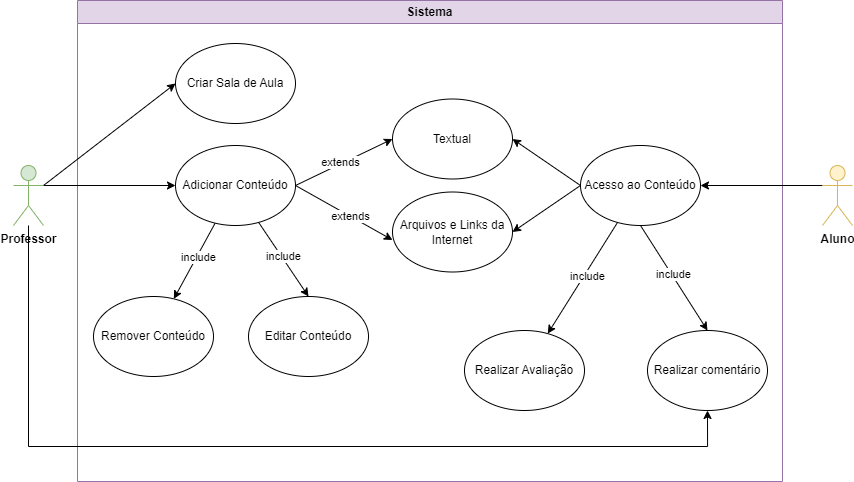
Above: diagramas/casos-de-uso/user-case.drawio.png in Alicia-Miranda/MasterClass (draw.io), before the change. Source tidied: cells renumbered, new cells last; positions are measured from the earlier drawing's top-left corner, leaving out a move shared by most shapes.
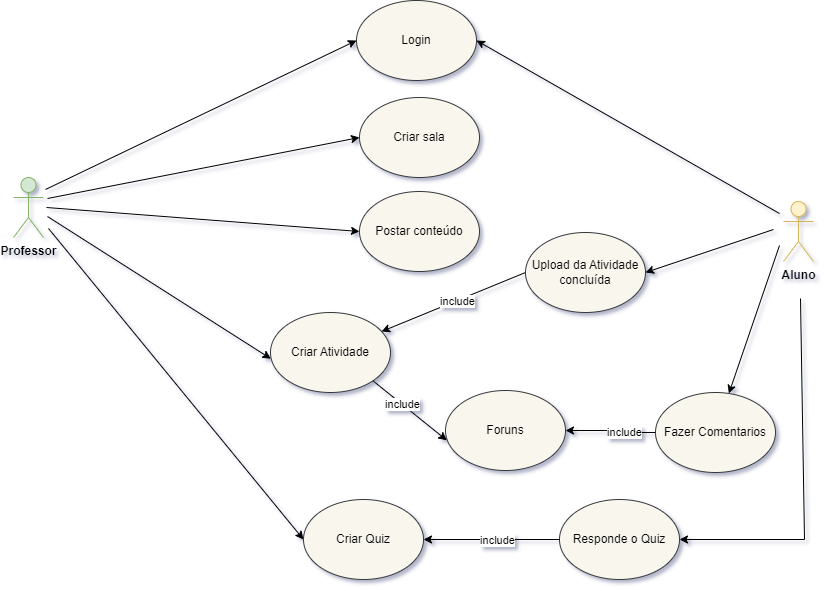
Above is the later version.

Commit message:
atualizações dos diagramas

Diff of the diagram source:
```diff
@@ -1,103 +1,111 @@
-<mxGraphModel>
+<mxGraphModel shadow="1">
   <root>
     <mxCell id="0" />
     <mxCell id="1" parent="0" />
-    <mxCell id="2" value="Sistema" style="swimlane;whiteSpace=wrap;html=1;fillColor=#e1d5e7;strokeColor=#9673a6;" parent="1" vertex="1">
-      <mxGeometry x="64" width="705" height="481" as="geometry" />
+    <mxCell id="2" style="rounded=0;jettySize=auto;html=1;entryX=0;entryY=0.5;entryDx=0;entryDy=0;textShadow=0;" parent="1" edge="1" target="9">
+      <mxGeometry relative="1" as="geometry">
+        <mxPoint x="7" y="137" as="sourcePoint" />
+      </mxGeometry>
     </mxCell>
-    <mxCell id="3" value="Remover Conteúdo" style="ellipse;whiteSpace=wrap;html=1;" parent="2" vertex="1">
-      <mxGeometry x="16" y="296" width="120" height="80" as="geometry" />
+    <mxCell id="3" style="rounded=0;jettySize=auto;html=1;entryX=0;entryY=0.5;entryDx=0;entryDy=0;textShadow=0;" parent="1" edge="1" target="10">
+      <mxGeometry relative="1" as="geometry">
+        <mxPoint x="9" y="146" as="sourcePoint" />
+      </mxGeometry>
     </mxCell>
-    <mxCell id="4" value="Editar Conteúdo" style="ellipse;whiteSpace=wrap;html=1;" parent="2" vertex="1">
-      <mxGeometry x="171" y="296" width="120" height="80" as="geometry" />
+    <mxCell id="4" style="rounded=0;jettySize=auto;html=1;entryX=0;entryY=0.5;entryDx=0;entryDy=0;textShadow=0;" parent="1" edge="1" target="11">
+      <mxGeometry relative="1" as="geometry">
+        <mxPoint x="8" y="155" as="sourcePoint" />
+      </mxGeometry>
     </mxCell>
-    <mxCell id="5" style="rounded=0;jettySize=auto;html=1;entryX=0;entryY=0.5;entryDx=0;entryDy=0;exitX=1;exitY=0.3333333333333333;exitDx=0;exitDy=0;exitPerimeter=0;" parent="1" edge="1" source="8" target="9">
-      <mxGeometry relative="1" as="geometry" />
+    <mxCell id="5" style="rounded=0;jettySize=auto;html=1;entryX=0;entryY=0.5;entryDx=0;entryDy=0;textShadow=0;" parent="1" edge="1" target="17">
+      <mxGeometry relative="1" as="geometry">
+        <mxPoint x="10" y="176" as="sourcePoint" />
+      </mxGeometry>
     </mxCell>
-    <mxCell id="6" style="rounded=0;jettySize=auto;html=1;entryX=0;entryY=0.5;entryDx=0;entryDy=0;exitX=1;exitY=0.3333333333333333;exitDx=0;exitDy=0;exitPerimeter=0;" parent="1" edge="1" source="8" target="16">
-      <mxGeometry relative="1" as="geometry" />
+    <mxCell id="6" value="&lt;b&gt;Professor&lt;/b&gt;" style="shape=umlActor;verticalLabelPosition=bottom;verticalAlign=top;html=1;fillColor=#d5e8d4;strokeColor=#82b366;textShadow=0;" parent="1" vertex="1">
+      <mxGeometry x="-25" y="125" width="30" height="60" as="geometry" />
     </mxCell>
-    <mxCell id="7" style="edgeStyle=orthogonalEdgeStyle;rounded=0;jettySize=auto;html=1;entryX=0.5;entryY=1;entryDx=0;entryDy=0;" parent="1" edge="1" source="8" target="30">
+    <mxCell id="7" style="rounded=0;jettySize=auto;html=1;entryX=1;entryY=0.5;entryDx=0;entryDy=0;textShadow=0;" parent="1" edge="1" target="9">
       <mxGeometry relative="1" as="geometry">
-        <Array as="points">
-          <mxPoint x="15" y="446" />
-          <mxPoint x="694" y="446" />
-        </Array>
+        <mxPoint x="741" y="161" as="sourcePoint" />
       </mxGeometry>
     </mxCell>
-    <mxCell id="8" value="&lt;b&gt;Professor&lt;/b&gt;" style="shape=umlActor;verticalLabelPosition=bottom;verticalAlign=top;html=1;fillColor=#d5e8d4;strokeColor=#82b366;" parent="1" vertex="1">
-      <mxGeometry y="165" width="30" height="60" as="geometry" />
+    <mxCell id="8" value="&lt;b&gt;Aluno&lt;/b&gt;" style="shape=umlActor;verticalLabelPosition=bottom;verticalAlign=top;html=1;fillColor=#fff2cc;strokeColor=#d6b656;textShadow=0;" parent="1" vertex="1">
+      <mxGeometry x="745" y="149" width="30" height="60" as="geometry" />
     </mxCell>
-    <mxCell id="9" value="Criar Sala de Aula" style="ellipse;whiteSpace=wrap;html=1;" parent="1" vertex="1">
-      <mxGeometry x="162" y="43" width="120" height="80" as="geometry" />
+    <mxCell id="9" value="Login" style="ellipse;whiteSpace=wrap;html=1;textShadow=0;fillColor=#f9f7ed;strokeColor=#36393d;" parent="1" vertex="1">
+      <mxGeometry x="318" y="-52" width="120" height="80" as="geometry" />
     </mxCell>
-    <mxCell id="10" style="rounded=0;jettySize=auto;html=1;exitX=1;exitY=0.5;exitDx=0;exitDy=0;entryX=0;entryY=0.5;entryDx=0;entryDy=0;" parent="1" edge="1" source="16" target="17">
-      <mxGeometry relative="1" as="geometry" />
+    <mxCell id="10" value="Criar sala" style="ellipse;whiteSpace=wrap;html=1;textShadow=0;fillColor=#f9f7ed;strokeColor=#36393d;" parent="1" vertex="1">
+      <mxGeometry x="321" y="45" width="120" height="80" as="geometry" />
     </mxCell>
-    <mxCell id="11" value="extends" style="edgeLabel;html=1;align=center;verticalAlign=middle;points=[];" parent="10" vertex="1">
-      <mxGeometry x="-0.07" y="2" relative="1" as="geometry" />
+    <mxCell id="11" value="Postar conteúdo" style="ellipse;whiteSpace=wrap;html=1;textShadow=0;fillColor=#f9f7ed;strokeColor=#36393d;" parent="1" vertex="1">
+      <mxGeometry x="321" y="139" width="120" height="80" as="geometry" />
     </mxCell>
-    <mxCell id="12" style="rounded=0;jettySize=auto;html=1;" parent="1" edge="1" source="16" target="3">
-      <mxGeometry relative="1" as="geometry" />
+    <mxCell id="12" value="Criar Atividade" style="ellipse;whiteSpace=wrap;html=1;textShadow=0;fillColor=#f9f7ed;strokeColor=#36393d;" parent="1" vertex="1">
+      <mxGeometry x="232" y="260" width="120" height="80" as="geometry" />
     </mxCell>
-    <mxCell id="13" value="include" style="edgeLabel;html=1;align=center;verticalAlign=middle;" parent="12" vertex="1">
-      <mxGeometry x="-0.12" y="1" relative="1" as="geometry" />
+    <mxCell id="13" style="edgeStyle=orthogonalEdgeStyle;rounded=0;jettySize=auto;html=1;textShadow=0;exitX=0;exitY=0.5;exitDx=0;exitDy=0;entryX=1;entryY=0.5;entryDx=0;entryDy=0;" parent="1" edge="1" source="16" target="15">
+      <mxGeometry relative="1" as="geometry" />
     </mxCell>
-    <mxCell id="14" style="rounded=0;jettySize=auto;html=1;exitX=0.686;exitY=0.946;exitDx=0;exitDy=0;entryX=0.5;entryY=0;entryDx=0;entryDy=0;exitPerimeter=0;" parent="1" edge="1" source="16" target="4">
-      <mxGeometry relative="1" as="geometry" />
+    <mxCell id="14" value="include" style="edgeLabel;html=1;align=center;verticalAlign=middle;textShadow=0;" parent="13" vertex="1">
+      <mxGeometry x="-0.31" y="-1" relative="1" as="geometry" />
     </mxCell>
-    <mxCell id="15" value="include" style="edgeLabel;html=1;align=center;verticalAlign=middle;points=[];" parent="14" vertex="1">
-      <mxGeometry x="-0.06" y="2" relative="1" as="geometry" />
+    <mxCell id="15" value="Foruns" style="ellipse;whiteSpace=wrap;html=1;textShadow=0;fillColor=#f9f7ed;strokeColor=#36393d;" parent="1" vertex="1">
+      <mxGeometry x="407" y="338" width="120" height="80" as="geometry" />
     </mxCell>
-    <mxCell id="16" value="Adicionar Conteúdo" style="ellipse;whiteSpace=wrap;html=1;" parent="1" vertex="1">
-      <mxGeometry x="162" y="145" width="120" height="80" as="geometry" />
+    <mxCell id="16" value="Fazer Comentarios" style="ellipse;whiteSpace=wrap;html=1;textShadow=0;fillColor=#f9f7ed;strokeColor=#36393d;" parent="1" vertex="1">
+      <mxGeometry x="617" y="340" width="120" height="80" as="geometry" />
     </mxCell>
-    <mxCell id="17" value="Textual" style="ellipse;whiteSpace=wrap;html=1;" parent="1" vertex="1">
-      <mxGeometry x="379" y="98.5" width="120" height="80" as="geometry" />
+    <mxCell id="17" value="Criar Quiz" style="ellipse;whiteSpace=wrap;html=1;textShadow=0;fillColor=#f9f7ed;strokeColor=#36393d;" parent="1" vertex="1">
+      <mxGeometry x="265" y="447" width="120" height="80" as="geometry" />
     </mxCell>
-    <mxCell id="18" value="Arquivos e Links da Internet" style="ellipse;whiteSpace=wrap;html=1;" parent="1" vertex="1">
-      <mxGeometry x="379" y="191.5" width="120" height="80" as="geometry" />
+    <mxCell id="18" style="rounded=0;jettySize=auto;html=1;exitX=1;exitY=1;exitDx=0;exitDy=0;entryX=0.011;entryY=0.623;entryDx=0;entryDy=0;entryPerimeter=0;textShadow=0;" parent="1" edge="1" source="12" target="15">
+      <mxGeometry relative="1" as="geometry" />
     </mxCell>
-    <mxCell id="19" style="rounded=0;jettySize=auto;html=1;exitX=1;exitY=0.5;exitDx=0;exitDy=0;entryX=0;entryY=0.6;entryDx=0;entryDy=0;entryPerimeter=0;" parent="1" edge="1" source="16" target="18">
-      <mxGeometry relative="1" as="geometry" />
+    <mxCell id="19" value="include" style="edgeLabel;html=1;align=center;verticalAlign=middle;textShadow=0;" parent="18" vertex="1">
+      <mxGeometry x="-0.21" relative="1" as="geometry" />
     </mxCell>
-    <mxCell id="20" value="extends" style="edgeLabel;html=1;align=center;verticalAlign=middle;" parent="19" vertex="1">
-      <mxGeometry x="0.13" relative="1" as="geometry" />
+    <mxCell id="20" style="rounded=0;jettySize=auto;html=1;entryX=0.003;entryY=0.578;entryDx=0;entryDy=0;entryPerimeter=0;textShadow=0;" parent="1" edge="1" target="12">
+      <mxGeometry relative="1" as="geometry">
+        <mxPoint x="9" y="164" as="sourcePoint" />
+      </mxGeometry>
     </mxCell>
-    <mxCell id="21" style="edgeStyle=orthogonalEdgeStyle;rounded=0;jettySize=auto;html=1;exitX=0;exitY=0.3333333333333333;exitDx=0;exitDy=0;exitPerimeter=0;entryX=1;entryY=0.5;entryDx=0;entryDy=0;" parent="1" edge="1" source="22" target="29">
-      <mxGeometry relative="1" as="geometry" />
+    <mxCell id="21" style="rounded=0;jettySize=auto;html=1;textShadow=0;" parent="1" edge="1" target="16">
+      <mxGeometry relative="1" as="geometry">
+        <mxPoint x="741" y="193" as="sourcePoint" />
+      </mxGeometry>
     </mxCell>
-    <mxCell id="22" value="&lt;b&gt;Aluno&lt;/b&gt;" style="shape=umlActor;verticalLabelPosition=bottom;verticalAlign=top;html=1;fillColor=#fff2cc;strokeColor=#d6b656;" parent="1" vertex="1">
-      <mxGeometry x="809" y="165" width="30" height="60" as="geometry" />
+    <mxCell id="22" style="rounded=0;jettySize=auto;html=1;exitX=0;exitY=0.5;exitDx=0;exitDy=0;" parent="1" edge="1" source="24" target="12">
+      <mxGeometry relative="1" as="geometry" />
     </mxCell>
-    <mxCell id="23" style="rounded=0;jettySize=auto;html=1;" parent="1" edge="1" source="29" target="31">
-      <mxGeometry relative="1" as="geometry" />
+    <mxCell id="23" value="include" style="edgeLabel;html=1;align=center;verticalAlign=middle;" parent="22" vertex="1">
+      <mxGeometry x="-0.03" relative="1" as="geometry" />
     </mxCell>
-    <mxCell id="24" value="include" style="edgeLabel;html=1;align=center;verticalAlign=middle;points=[];" parent="23" vertex="1">
-      <mxGeometry x="-0.06" y="2" relative="1" as="geometry" />
+    <mxCell id="24" value="Upload da Atividade concluída" style="ellipse;whiteSpace=wrap;html=1;fillColor=#f9f7ed;strokeColor=#36393d;" parent="1" vertex="1">
+      <mxGeometry x="487" y="180" width="120" height="80" as="geometry" />
     </mxCell>
-    <mxCell id="25" style="rounded=0;jettySize=auto;html=1;exitX=0;exitY=0.5;exitDx=0;exitDy=0;entryX=1;entryY=0.5;entryDx=0;entryDy=0;" parent="1" edge="1" source="29" target="17">
-      <mxGeometry relative="1" as="geometry" />
+    <mxCell id="25" style="endArrow=classic;html=1;rounded=0;entryX=1;entryY=0.5;entryDx=0;entryDy=0;" parent="1" edge="1" target="24">
+      <mxGeometry relative="1" as="geometry">
+        <mxPoint x="735" y="177" as="sourcePoint" />
+      </mxGeometry>
     </mxCell>
-    <mxCell id="26" style="rounded=0;jettySize=auto;html=1;exitX=0;exitY=0.5;exitDx=0;exitDy=0;entryX=1;entryY=0.5;entryDx=0;entryDy=0;" parent="1" edge="1" source="29" target="18">
-      <mxGeometry relative="1" as="geometry" />
+    <mxCell id="26" value="Responde o Quiz" style="ellipse;whiteSpace=wrap;html=1;fillColor=#f9f7ed;strokeColor=#36393d;" parent="1" vertex="1">
+      <mxGeometry x="521" y="447" width="120" height="80" as="geometry" />
     </mxCell>
-    <mxCell id="27" style="rounded=0;jettySize=auto;html=1;exitX=0.5;exitY=1;exitDx=0;exitDy=0;entryX=0.5;entryY=0;entryDx=0;entryDy=0;" parent="1" edge="1" source="29" target="30">
-      <mxGeometry relative="1" as="geometry" />
+    <mxCell id="27" style="endArrow=classic;html=1;rounded=0;entryX=1;entryY=0.5;entryDx=0;entryDy=0;" parent="1" edge="1" target="26">
+      <mxGeometry relative="1" as="geometry">
+        <mxPoint x="762" y="246" as="sourcePoint" />
+        <Array as="points">
+          <mxPoint x="766" y="487" />
+        </Array>
+      </mxGeometry>
     </mxCell>
-    <mxCell id="28" value="include" style="edgeLabel;html=1;align=center;verticalAlign=middle;" parent="27" vertex="1">
-      <mxGeometry x="-0.06" y="1" relative="1" as="geometry">
-        <mxPoint y="-1" as="offset" />
-      </mxGeometry>
+    <mxCell id="28" style="endArrow=classic;html=1;rounded=0;entryX=1;entryY=0.5;entryDx=0;entryDy=0;exitX=0;exitY=0.5;exitDx=0;exitDy=0;" parent="1" edge="1" source="26" target="17">
+      <mxGeometry relative="1" as="geometry" />
     </mxCell>
-    <mxCell id="29" value="Acesso ao Conteúdo" style="ellipse;whiteSpace=wrap;html=1;" parent="1" vertex="1">
-      <mxGeometry x="567" y="145" width="120" height="80" as="geometry" />
+    <mxCell id="29" value="include" style="edgeLabel;html=1;align=center;verticalAlign=middle;points=[];" parent="28" vertex="1">
+      <mxGeometry x="-0.07" relative="1" as="geometry" />
     </mxCell>
-    <mxCell id="30" value="Realizar comentário" style="ellipse;whiteSpace=wrap;html=1;" parent="1" vertex="1">
-      <mxGeometry x="634" y="330" width="120" height="80" as="geometry" />
-    </mxCell>
-    <mxCell id="31" value="Realizar Avaliação" style="ellipse;whiteSpace=wrap;html=1;" parent="1" vertex="1">
-      <mxGeometry x="451" y="330" width="120" height="80" as="geometry" />
-    </mxCell>
   </root>
 </mxGraphModel>
```
